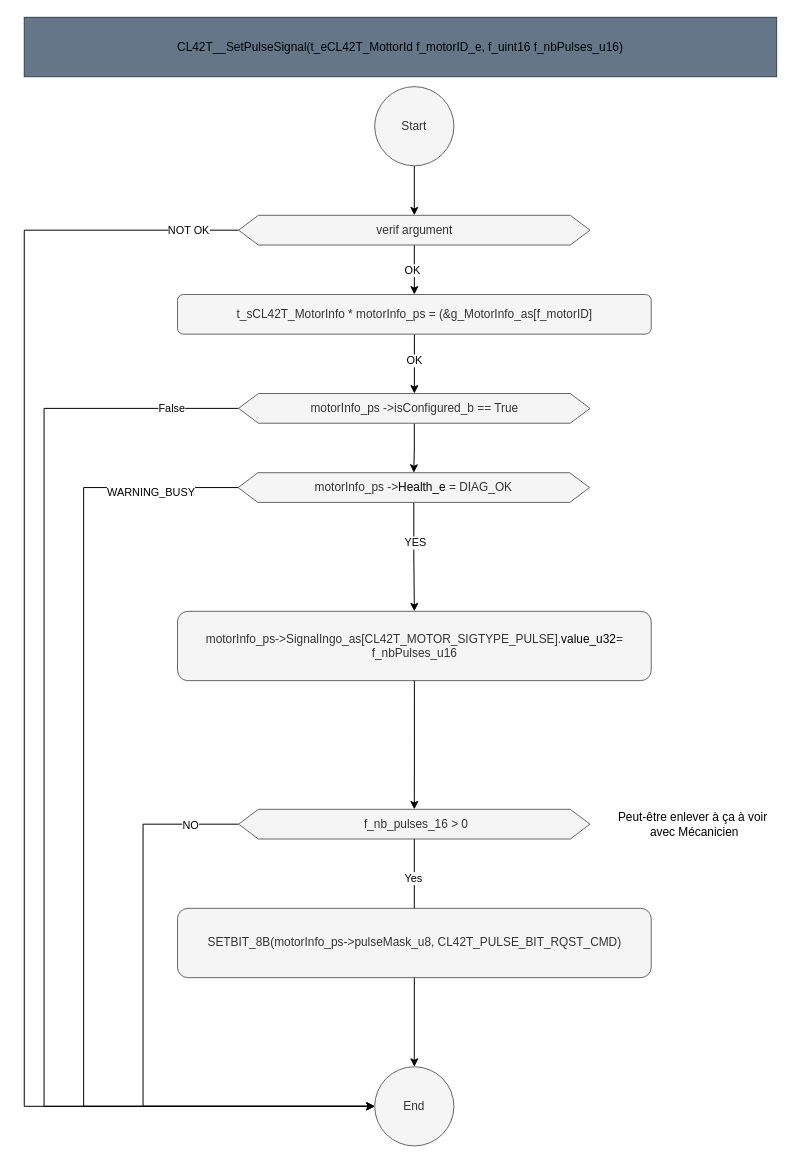
Earlier version of the draw.io diagram page "SetPulseSignal" (10 of 21) of src/2_DRV/Motor/CL42T/Doc/Design/CL42T_Architecture.drawio (mbarbeau0545/PickersRobotPOC). Source tidied: cells renumbered, new cells numbered last; positions are measured from the earlier drawing's top-left corner, leaving out a move shared by most shapes. Both pictures are drawn from the tidied source at 99%, with x=0, y=0 at pixel (24, 17).
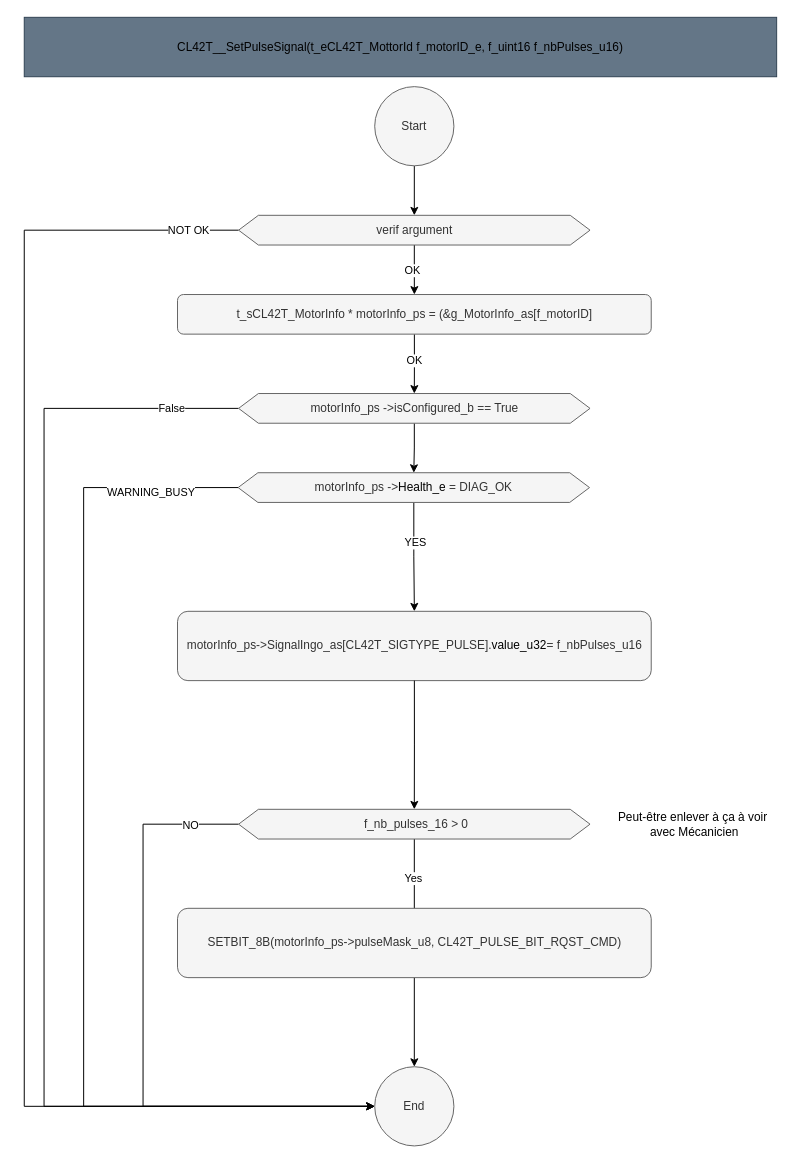
The same page after the edit.

Change to the diagram source:
```diff
@@
-    <mxCell id="24" value="motorInfo_ps-&amp;gt;SignalIngo_as[CL42T_MOTOR_SIGTYPE_PULSE].&lt;span style=&quot;color: rgb(0, 0, 0);&quot;&gt;value_u32&lt;/span&gt;= f_nbPulses_u16" style="rounded=1;whiteSpace=wrap;html=1;fillColor=#f5f5f5;fontColor=#333333;strokeColor=#666666;" parent="1" vertex="1">
+    <mxCell id="24" value="motorInfo_ps-&amp;gt;SignalIngo_as[CL42T_SIGTYPE_PULSE].&lt;span style=&quot;color: rgb(0, 0, 0);&quot;&gt;value_u32&lt;/span&gt;= f_nbPulses_u16" style="rounded=1;whiteSpace=wrap;html=1;fillColor=#f5f5f5;fontColor=#333333;strokeColor=#666666;" parent="1" vertex="1">
       <mxGeometry x="154.8" y="600" width="478.5" height="70" as="geometry" />
     </mxCell>
```
